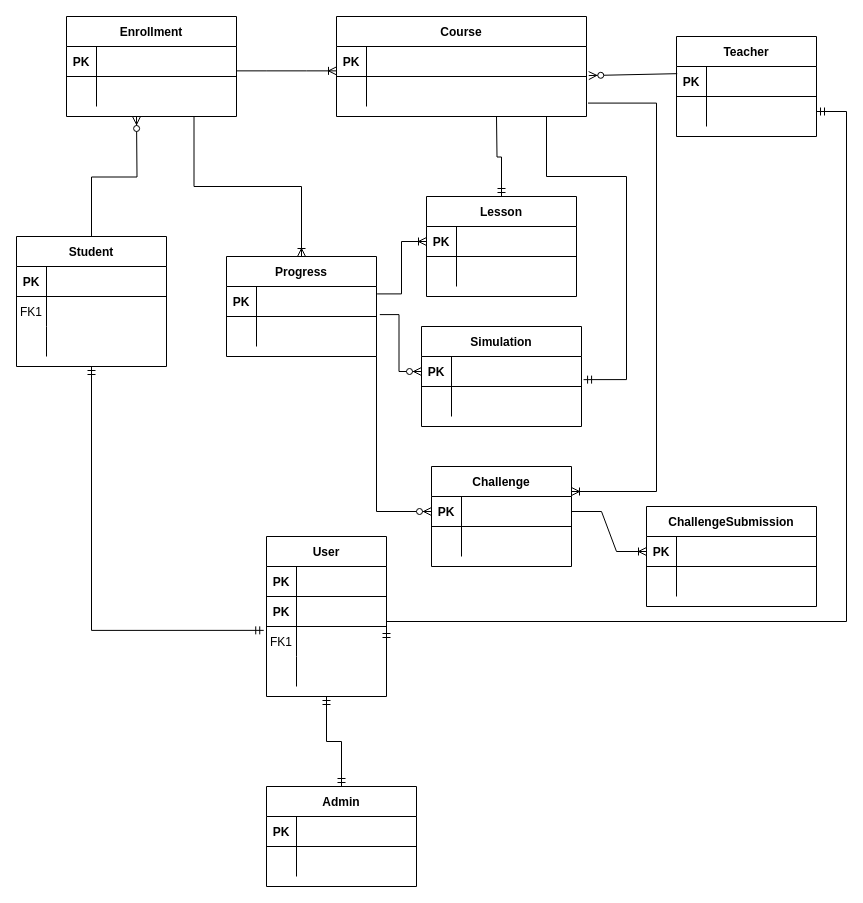
The draw.io diagram UML DIAGRAMS/HackAcad_ERD_ver1.drawio in pikaitoh/HackAcad.Web, before the edit. Source tidied: cells renumbered, new cells numbered last; positions are measured from the earlier drawing's top-left corner, leaving out a move shared by most shapes. Both pictures are drawn from the tidied source at 100%, with x=0, y=0 at pixel (16, 16).
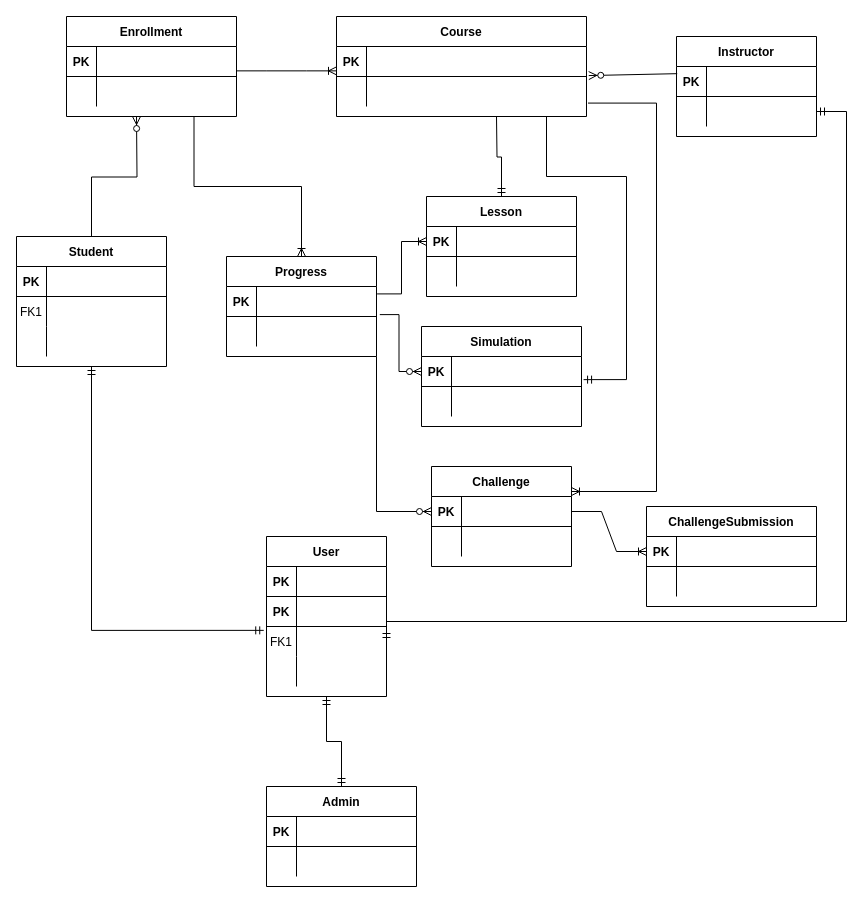
The same diagram, later.

What changed in the source:
```diff
@@
-    <mxCell id="53" value="Teacher" style="shape=table;startSize=30;childLayout=tableLayout;rowLines=0;fontStyle=1;align=center;" parent="1" vertex="1">
+    <mxCell id="53" value="Instructor" style="shape=table;startSize=30;childLayout=tableLayout;rowLines=0;fontStyle=1;align=center;" parent="1" vertex="1">
       <mxGeometry x="660" y="20" width="140" height="100" as="geometry" />
     </mxCell>
```
